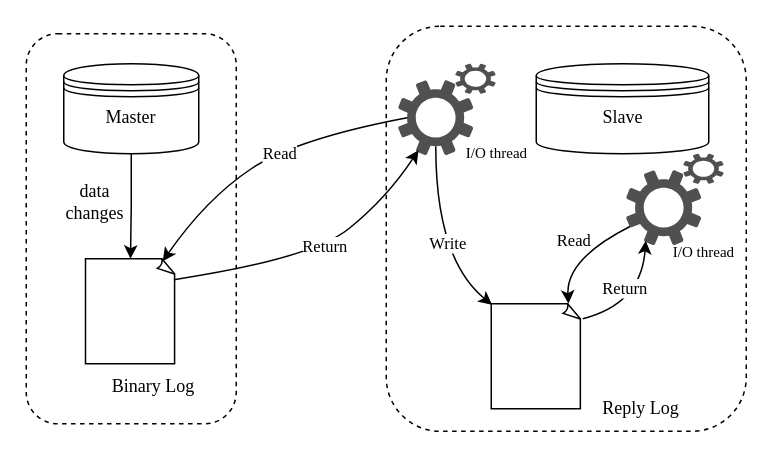
This is DrawIO_file/流程图/binlog备份原理.drawio from DingDongZz/typera_PicGO, a draw.io file, before an edit. Source tidied: cells renumbered, new cells numbered last; positions are measured from the earlier drawing's top-left corner, leaving out a move shared by most shapes. Both pictures are drawn from the tidied source at 150%, with x=0, y=0 at pixel (26, 26).
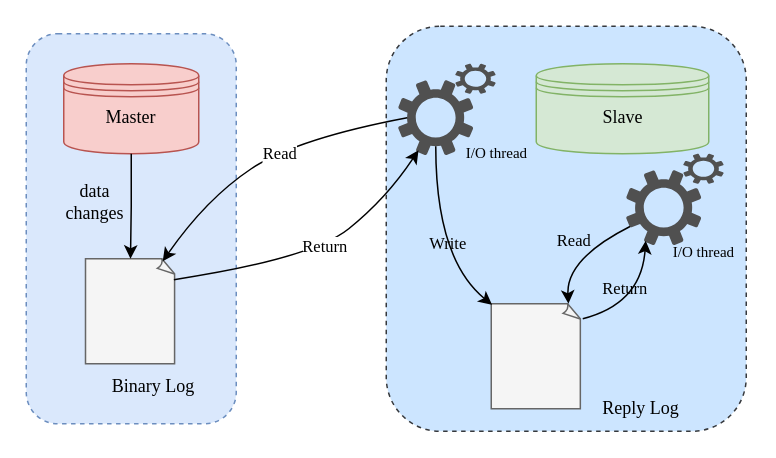
After the change.

Commit message:
更新binlog备份原理.drawio

The change refers to these unchanged cells:
```xml
<mxCell id="21" style="curved=1;endArrow=classic;html=1;rounded=0;exitX=0.88;exitY=0.5;exitDx=0;exitDy=0;exitPerimeter=0;entryX=0.009;entryY=0.01;entryDx=0;entryDy=0;entryPerimeter=0;fontFamily=Times New Roman;" parent="1" edge="1" source="9" target="5">
  <mxGeometry relative="1" as="geometry">
    <Array as="points">
      <mxPoint x="273" y="155" />
    </Array>
  </mxGeometry>
</mxCell>
<mxCell id="23" style="curved=1;endArrow=classic;html=1;rounded=0;exitX=0.857;exitY=-0.001;exitDx=0;exitDy=0;exitPerimeter=0;entryX=0.75;entryY=0.95;entryDx=0;entryDy=0;entryPerimeter=0;fontFamily=Times New Roman;" parent="1" edge="1">
  <mxGeometry relative="1" as="geometry">
    <mxPoint x="371" y="195" as="sourcePoint" />
    <mxPoint x="413" y="143" as="targetPoint" />
    <Array as="points">
      <mxPoint x="410" y="185" />
    </Array>
  </mxGeometry>
</mxCell>
<mxCell id="28" style="curved=1;endArrow=classic;html=1;rounded=0;exitX=0.75;exitY=0.95;exitDx=0;exitDy=0;exitPerimeter=0;entryX=0.857;entryY=-0.001;entryDx=0;entryDy=0;entryPerimeter=0;fontFamily=Times New Roman;" parent="1" edge="1" source="13" target="5">
  <mxGeometry relative="1" as="geometry">
    <Array as="points">
      <mxPoint x="360" y="155" />
    </Array>
  </mxGeometry>
</mxCell>
```

Change to the diagram source:
```diff
@@
-    <mxCell id="2" style="rounded=1;whiteSpace=wrap;html=1;dashed=1;fontFamily=Times New Roman;" parent="1" vertex="1">
+    <mxCell id="2" style="rounded=1;whiteSpace=wrap;html=1;dashed=1;fontFamily=Times New Roman;fillColor=#dae8fc;strokeColor=#6c8ebf;" parent="1" vertex="1">
       <mxGeometry y="5" width="140" height="260" as="geometry" />
     </mxCell>
-    <mxCell id="3" style="rounded=1;whiteSpace=wrap;html=1;dashed=1;fontFamily=Times New Roman;" parent="1" vertex="1">
+    <mxCell id="3" style="rounded=1;whiteSpace=wrap;html=1;dashed=1;fontFamily=Times New Roman;fillColor=#cce5ff;strokeColor=#36393d;" parent="1" vertex="1">
       <mxGeometry x="240" width="240" height="270" as="geometry" />
     </mxCell>
-    <mxCell id="4" style="whiteSpace=wrap;html=1;shape=mxgraph.basic.document;fontFamily=Times New Roman;" parent="1" vertex="1">
+    <mxCell id="4" style="whiteSpace=wrap;html=1;shape=mxgraph.basic.document;fontFamily=Times New Roman;fillColor=#f5f5f5;fontColor=#333333;strokeColor=#666666;" parent="1" vertex="1">
       <mxGeometry x="39.5" y="155" width="60" height="70" as="geometry" />
     </mxCell>
-    <mxCell id="5" style="whiteSpace=wrap;html=1;shape=mxgraph.basic.document;fontFamily=Times New Roman;" parent="1" vertex="1">
+    <mxCell id="5" style="whiteSpace=wrap;html=1;shape=mxgraph.basic.document;fontFamily=Times New Roman;fillColor=#f5f5f5;fontColor=#333333;strokeColor=#666666;" parent="1" vertex="1">
       <mxGeometry x="310" y="185" width="60" height="70" as="geometry" />
     </mxCell>
-    <mxCell id="6" style="shape=datastore;whiteSpace=wrap;html=1;fontFamily=Times New Roman;" parent="1" vertex="1">
+    <mxCell id="6" style="shape=datastore;whiteSpace=wrap;html=1;fontFamily=Times New Roman;fillColor=#f8cecc;strokeColor=#b85450;" parent="1" vertex="1">
       <mxGeometry x="25" y="25" width="90" height="60" as="geometry" />
     </mxCell>
-    <mxCell id="7" style="shape=datastore;whiteSpace=wrap;html=1;fontFamily=Times New Roman;" parent="1" vertex="1">
+    <mxCell id="7" style="shape=datastore;whiteSpace=wrap;html=1;fontFamily=Times New Roman;fillColor=#d5e8d4;strokeColor=#82b366;" parent="1" vertex="1">
       <mxGeometry x="340" y="25" width="115" height="60" as="geometry" />
     </mxCell>
@@
-    <mxCell id="22" value="Write" style="edgeLabel;html=1;align=center;verticalAlign=middle;fontFamily=Times New Roman;" parent="21" vertex="1">
+    <mxCell id="22" value="Write" style="edgeLabel;html=1;align=center;verticalAlign=middle;fontFamily=Times New Roman;labelBackgroundColor=none;" parent="21" vertex="1">
       <mxGeometry x="0.03" y="7" relative="1" as="geometry" />
     </mxCell>
@@
-    <mxCell id="24" value="Return" style="edgeLabel;html=1;align=center;verticalAlign=middle;fontFamily=Times New Roman;" parent="23" vertex="1">
+    <mxCell id="24" value="Return" style="edgeLabel;html=1;align=center;verticalAlign=middle;fontFamily=Times New Roman;labelBackgroundColor=none;" parent="23" vertex="1">
       <mxGeometry x="-0.34" y="3" relative="1" as="geometry">
         <mxPoint x="2" y="-11" as="offset" />
       </mxGeometry>
     </mxCell>
@@
-    <mxCell id="29" value="Read" style="edgeLabel;html=1;align=center;verticalAlign=middle;fontFamily=Times New Roman;" parent="28" vertex="1">
+    <mxCell id="29" value="Read" style="edgeLabel;html=1;align=center;verticalAlign=middle;fontFamily=Times New Roman;labelBackgroundColor=none;" parent="28" vertex="1">
       <mxGeometry x="-0.01" y="-9" relative="1" as="geometry" />
     </mxCell>
```
